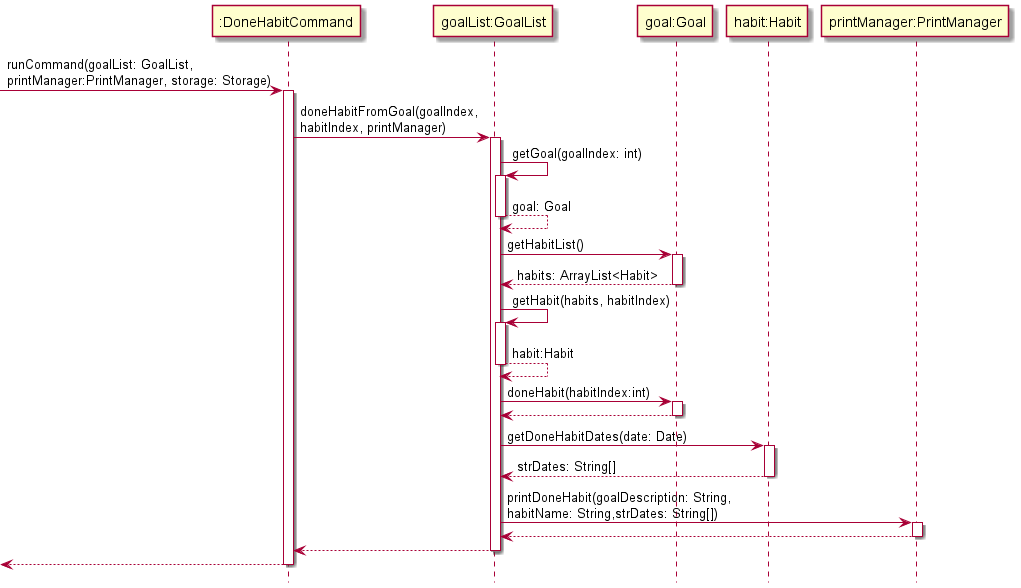
nus-cs2113-AY2122S1/tp keeps this PlantUML diagram as docs/Diagram_Images/Implementation_Diagram_Images/DoneCommandSequenceDiagram.png. Above is the earlier version. Its diagram source:
```plantuml
@startuml
!include Style.puml

-> ":DoneHabitCommand": runCommand(goalList: GoalList,\nprintManager:PrintManager, storage: Storage)
activate ":DoneHabitCommand"

":DoneHabitCommand" -> "goalList:GoalList": doneHabitFromGoal(goalIndex,\nhabitIndex, printManager)
activate "goalList:GoalList"
"goalList:GoalList" -> "goalList:GoalList": getGoal(goalIndex: int)
activate "goalList:GoalList"
"goalList:GoalList" --> "goalList:GoalList": goal: Goal
deactivate "goalList:GoalList"

"goalList:GoalList" -> "goal:Goal": getHabitList()
activate "goal:Goal"
"goal:Goal" --> "goalList:GoalList": habits: ArrayList<Habit>
deactivate "goal:Goal"

"goalList:GoalList" -> "goalList:GoalList": getHabit(habits, habitIndex)
activate "goalList:GoalList"
"goalList:GoalList" --> "goalList:GoalList": habit:Habit
deactivate "goalList:GoalList"

"goalList:GoalList" -> "goal:Goal": doneHabit(habitIndex:int)
activate "goal:Goal"
"goal:Goal" --> "goalList:GoalList"
deactivate "goal:Goal"

"goalList:GoalList" -> "habit:Habit": getDoneHabitDates(date: Date)
activate "habit:Habit"
"habit:Habit" --> "goalList:GoalList": strDates: String[]
deactivate "habit:Habit"

"goalList:GoalList" -> "printManager:PrintManager": printDoneHabit(goalDescription: String,\nhabitName: String,strDates: String[])
activate "printManager:PrintManager"
"printManager:PrintManager" --> "goalList:GoalList"
deactivate "printManager:PrintManager"

"goalList:GoalList" --> ":DoneHabitCommand"
deactivate "goalList:GoalList"
<-- ":DoneHabitCommand"
deactivate ":DoneHabitCommand"

@enduml
```
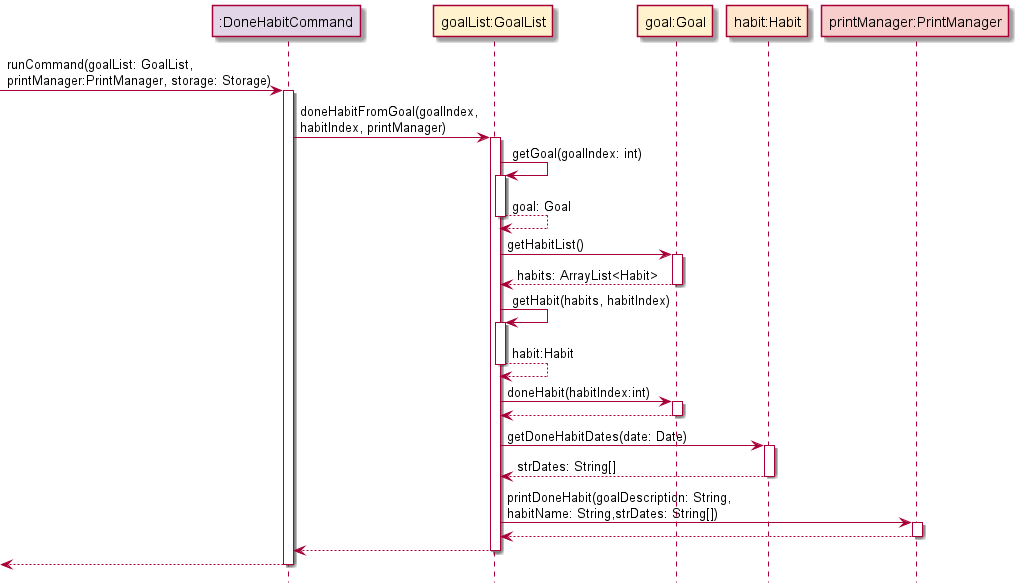
The same diagram one commit later.

The edit, as a diff of the source:
```diff
@@ -1,44 +1,50 @@
 @startuml
 !include Style.puml
 
--> ":DoneHabitCommand": runCommand(goalList: GoalList,\nprintManager:PrintManager, storage: Storage)
-activate ":DoneHabitCommand"
+participant ":DoneHabitCommand" as DoneHabitCommand COMMAND_COLOUR
+participant "goalList:GoalList" as goalList GOAL_COLOUR
+participant "goal:Goal" as goal GOAL_COLOUR
+participant "habit:Habit" as habit HABIT_COLOUR
+participant "printManager:PrintManager" as printManager UI_COLOUR
 
-":DoneHabitCommand" -> "goalList:GoalList": doneHabitFromGoal(goalIndex,\nhabitIndex, printManager)
-activate "goalList:GoalList"
-"goalList:GoalList" -> "goalList:GoalList": getGoal(goalIndex: int)
-activate "goalList:GoalList"
-"goalList:GoalList" --> "goalList:GoalList": goal: Goal
-deactivate "goalList:GoalList"
+-> DoneHabitCommand: runCommand(goalList: GoalList,\nprintManager:PrintManager, storage: Storage)
+activate DoneHabitCommand
 
-"goalList:GoalList" -> "goal:Goal": getHabitList()
-activate "goal:Goal"
-"goal:Goal" --> "goalList:GoalList": habits: ArrayList<Habit>
-deactivate "goal:Goal"
+DoneHabitCommand -> goalList: doneHabitFromGoal(goalIndex,\nhabitIndex, printManager)
+activate goalList
+goalList -> goalList: getGoal(goalIndex: int)
+activate goalList
+goalList --> goalList: goal: Goal
+deactivate goalList
 
-"goalList:GoalList" -> "goalList:GoalList": getHabit(habits, habitIndex)
-activate "goalList:GoalList"
-"goalList:GoalList" --> "goalList:GoalList": habit:Habit
-deactivate "goalList:GoalList"
+goalList -> goal: getHabitList()
+activate goal
+goal --> goalList: habits: ArrayList<Habit>
+deactivate goal
 
-"goalList:GoalList" -> "goal:Goal": doneHabit(habitIndex:int)
-activate "goal:Goal"
-"goal:Goal" --> "goalList:GoalList"
-deactivate "goal:Goal"
+goalList -> goalList: getHabit(habits, habitIndex)
+activate goalList
+goalList --> goalList: habit:Habit
+deactivate goalList
 
-"goalList:GoalList" -> "habit:Habit": getDoneHabitDates(date: Date)
-activate "habit:Habit"
-"habit:Habit" --> "goalList:GoalList": strDates: String[]
-deactivate "habit:Habit"
+goalList -> goal: doneHabit(habitIndex:int)
+activate goal
+goal --> goalList
+deactivate goal
 
-"goalList:GoalList" -> "printManager:PrintManager": printDoneHabit(goalDescription: String,\nhabitName: String,strDates: String[])
-activate "printManager:PrintManager"
-"printManager:PrintManager" --> "goalList:GoalList"
-deactivate "printManager:PrintManager"
+goalList -> habit: getDoneHabitDates(date: Date)
+activate habit
+habit --> goalList: strDates: String[]
+deactivate habit
 
-"goalList:GoalList" --> ":DoneHabitCommand"
-deactivate "goalList:GoalList"
-<-- ":DoneHabitCommand"
-deactivate ":DoneHabitCommand"
+goalList -> printManager: printDoneHabit(goalDescription: String,\nhabitName: String,strDates: String[])
+activate printManager
+printManager --> goalList
+deactivate printManager
+
+goalList --> DoneHabitCommand
+deactivate goalList
+<-- DoneHabitCommand
+deactivate DoneHabitCommand
 
 @enduml
```
